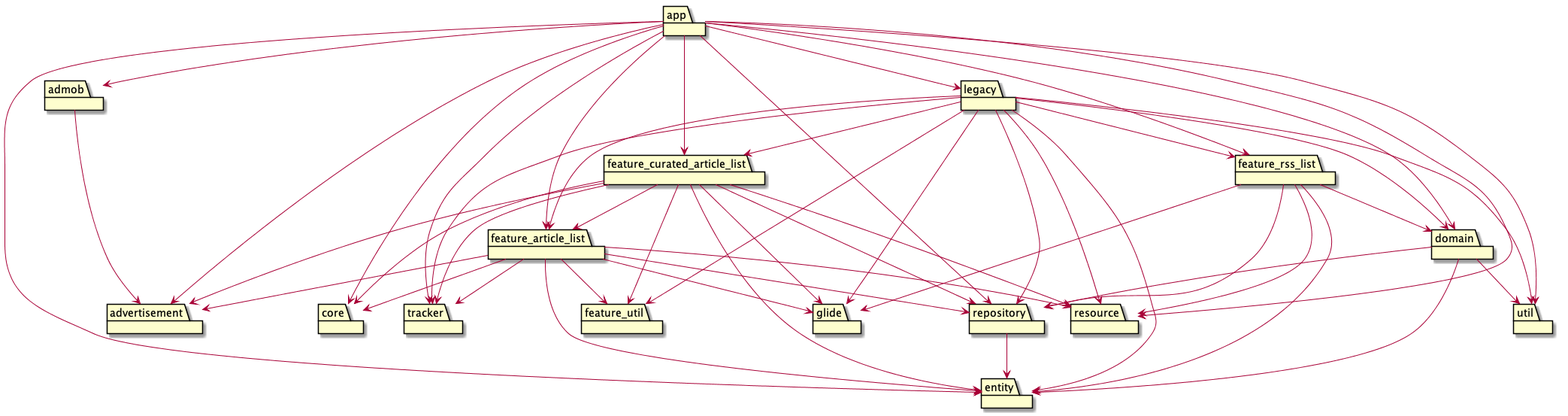
Before: modules.png, a diagram exported from PlantUML (phicdy/MyCuration). Its source is kept beside it as modules.plantuml.
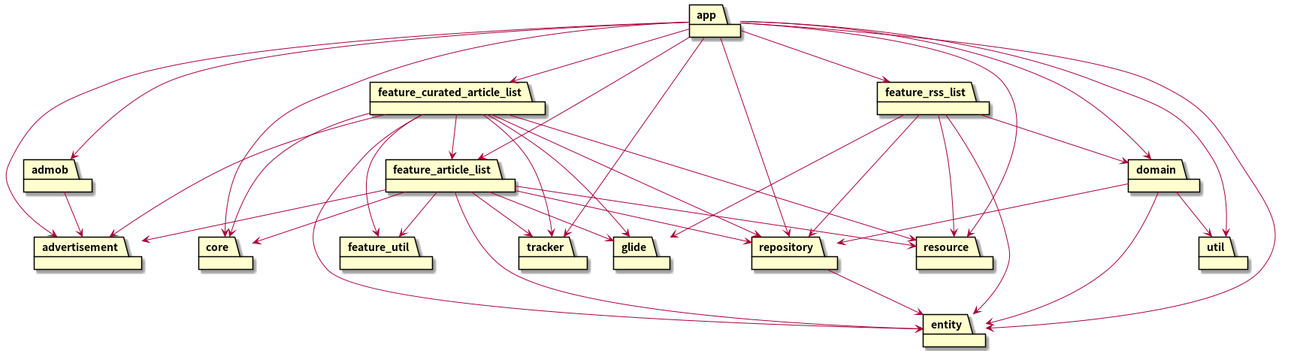
After the change.

Commit message:
README: Update multi-module image

Diff of the diagram source:
```diff
@@ -7,7 +7,6 @@
 package repository
 package entity
 package domain
-package legacy
 package feature_article_list
 package feature_curated_article_list
 package feature_rss_list
@@ -20,7 +19,6 @@
 app -down-> repository
 app -down-> entity
 app -down-> domain
-app -down-> legacy
 app -down-> feature_article_list
 app -down-> feature_curated_article_list
 app -down-> feature_rss_list
@@ -62,18 +60,6 @@
 feature_rss_list -down-> glide
 feature_rss_list -down-> resource
 
-legacy -down-> repository
-legacy -down-> entity
-legacy -down-> domain
-legacy -down-> feature_util
-legacy -down-> feature_article_list
-legacy -down-> feature_curated_article_list
-legacy -down-> feature_rss_list
-legacy -down-> resource
-legacy -down-> util
-legacy -down-> tracker
-legacy -down-> glide
-
 repository -down-> entity
 
 @enduml
```
